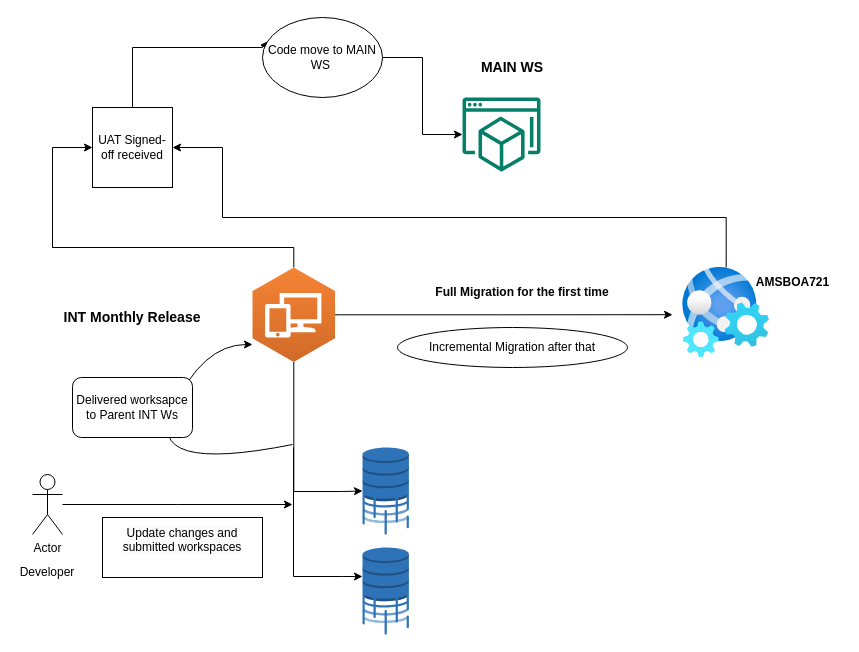
The draw.io diagram page "721 Deployment Process" (3 of 5) of S_ESCL_REQ.drawio in Sagarraj2401/SiebelWorkspace, before the edit. Source tidied: cells renumbered, new cells numbered last; positions are measured from the earlier drawing's top-left corner, leaving out a move shared by most shapes. Both pictures are drawn from the tidied source at 100%, with x=0, y=0 at pixel (17, 17).
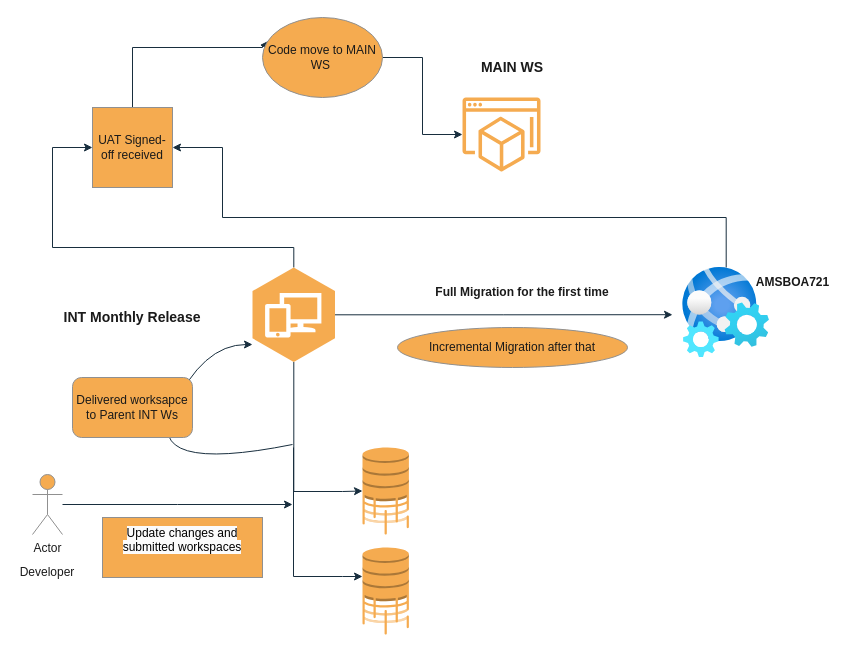
The same diagram, later.

The edit, as a diff of the source:
```diff
@@
-    <mxCell id="2" style="edgeStyle=orthogonalEdgeStyle;rounded=0;jettySize=auto;html=1;" parent="1" edge="1" source="5">
+    <mxCell id="2" style="edgeStyle=orthogonalEdgeStyle;rounded=0;jettySize=auto;html=1;labelBackgroundColor=none;strokeColor=#182E3E;fontColor=default;" parent="1" edge="1" source="5">
       <mxGeometry relative="1" as="geometry">
         <mxPoint x="655" y="297.2" as="targetPoint" />
       </mxGeometry>
     </mxCell>
-    <mxCell id="3" style="edgeStyle=orthogonalEdgeStyle;rounded=0;jettySize=auto;html=1;entryX=0;entryY=0.5;entryDx=0;entryDy=0;entryPerimeter=0;" parent="1" edge="1" source="5" target="12">
+    <mxCell id="3" style="edgeStyle=orthogonalEdgeStyle;rounded=0;jettySize=auto;html=1;entryX=0;entryY=0.5;entryDx=0;entryDy=0;entryPerimeter=0;labelBackgroundColor=none;strokeColor=#182E3E;fontColor=default;" parent="1" edge="1" source="5" target="12">
       <mxGeometry relative="1" as="geometry">
         <Array as="points">
           <mxPoint x="276" y="474" />
           <mxPoint x="325" y="474" />
         </Array>
       </mxGeometry>
     </mxCell>
-    <mxCell id="4" style="edgeStyle=orthogonalEdgeStyle;rounded=0;jettySize=auto;html=1;entryX=0;entryY=0.5;entryDx=0;entryDy=0;" parent="1" edge="1" source="5" target="24">
+    <mxCell id="4" style="edgeStyle=orthogonalEdgeStyle;rounded=0;jettySize=auto;html=1;entryX=0;entryY=0.5;entryDx=0;entryDy=0;labelBackgroundColor=none;strokeColor=#182E3E;fontColor=default;" parent="1" edge="1" source="5" target="24">
       <mxGeometry relative="1" as="geometry">
         <Array as="points">
           <mxPoint x="276" y="230" />
           <mxPoint x="35" y="230" />
           <mxPoint x="35" y="130" />
         </Array>
       </mxGeometry>
     </mxCell>
-    <mxCell id="5" style="outlineConnect=0;dashed=0;verticalLabelPosition=bottom;verticalAlign=top;align=center;html=1;shape=mxgraph.aws3.workspaces;fillColor=#D16A28;gradientColor=#F58435;gradientDirection=north;" parent="1" vertex="1">
+    <mxCell id="5" style="outlineConnect=0;dashed=0;verticalLabelPosition=bottom;verticalAlign=top;align=center;html=1;shape=mxgraph.aws3.workspaces;fillColor=#F5AB50;gradientDirection=north;labelBackgroundColor=none;strokeColor=#909090;fontColor=#1A1A1A;" parent="1" vertex="1">
       <mxGeometry x="235" y="250" width="82.5" height="94.5" as="geometry" />
     </mxCell>
-    <mxCell id="6" value="&lt;b&gt;&lt;font style=&quot;font-size: 14px;&quot;&gt;INT Monthly Release&lt;/font&gt;&lt;/b&gt;" style="text;html=1;strokeColor=none;fillColor=none;align=center;verticalAlign=middle;whiteSpace=wrap;rounded=0;" parent="1" vertex="1">
+    <mxCell id="6" value="&lt;b&gt;&lt;font style=&quot;font-size: 14px;&quot;&gt;INT Monthly Release&lt;/font&gt;&lt;/b&gt;" style="text;html=1;strokeColor=none;fillColor=none;align=center;verticalAlign=middle;whiteSpace=wrap;rounded=0;labelBackgroundColor=none;fontColor=#1A1A1A;" parent="1" vertex="1">
       <mxGeometry x="15" y="280" width="200" height="40" as="geometry" />
     </mxCell>
-    <mxCell id="7" style="sketch=0;outlineConnect=0;fontColor=#232F3E;gradientColor=none;fillColor=#067F68;strokeColor=none;dashed=0;verticalLabelPosition=bottom;verticalAlign=top;align=center;html=1;fontSize=12;fontStyle=0;shape=mxgraph.aws4.workspaces_workspaces_web;" parent="1" vertex="1">
+    <mxCell id="7" style="sketch=0;outlineConnect=0;fontColor=#1A1A1A;fillColor=#F5AB50;strokeColor=none;dashed=0;verticalLabelPosition=bottom;verticalAlign=top;align=center;html=1;fontSize=12;fontStyle=0;shape=mxgraph.aws4.workspaces_workspaces_web;labelBackgroundColor=none;" parent="1" vertex="1">
       <mxGeometry x="445" y="80" width="78" height="74" as="geometry" />
     </mxCell>
-    <mxCell id="8" value="&lt;b&gt;&lt;font style=&quot;font-size: 14px;&quot;&gt;MAIN WS&lt;/font&gt;&lt;/b&gt;" style="text;html=1;strokeColor=none;fillColor=none;align=center;verticalAlign=middle;whiteSpace=wrap;rounded=0;" parent="1" vertex="1">
+    <mxCell id="8" value="&lt;b&gt;&lt;font style=&quot;font-size: 14px;&quot;&gt;MAIN WS&lt;/font&gt;&lt;/b&gt;" style="text;html=1;strokeColor=none;fillColor=none;align=center;verticalAlign=middle;whiteSpace=wrap;rounded=0;labelBackgroundColor=none;fontColor=#1A1A1A;" parent="1" vertex="1">
       <mxGeometry x="395" y="30" width="200" height="40" as="geometry" />
     </mxCell>
-    <mxCell id="9" style="edgeStyle=orthogonalEdgeStyle;rounded=0;jettySize=auto;html=1;" parent="1" edge="1" source="10" target="24">
+    <mxCell id="9" style="edgeStyle=orthogonalEdgeStyle;rounded=0;jettySize=auto;html=1;labelBackgroundColor=none;strokeColor=#182E3E;fontColor=default;" parent="1" edge="1" source="10" target="24">
       <mxGeometry relative="1" as="geometry">
         <Array as="points">
           <mxPoint x="709" y="200" />
           <mxPoint x="205" y="200" />
         </Array>
       </mxGeometry>
     </mxCell>
-    <mxCell id="10" style="image;html=1;points=[];align=center;fontSize=12;image=img/lib/azure2/preview/Web_Environment.svg;" parent="1" vertex="1">
+    <mxCell id="10" style="image;html=1;points=[];align=center;fontSize=12;image=img/lib/azure2/preview/Web_Environment.svg;labelBackgroundColor=none;fillColor=#F5AB50;strokeColor=#909090;fontColor=#1A1A1A;" parent="1" vertex="1">
       <mxGeometry x="665" y="250" width="87.3" height="90" as="geometry" />
     </mxCell>
-    <mxCell id="11" value="&lt;b&gt;AMSBOA721&lt;/b&gt;" style="text;html=1;align=center;verticalAlign=middle;strokeColor=none;fillColor=none;" parent="1" vertex="1">
+    <mxCell id="11" value="&lt;b&gt;AMSBOA721&lt;/b&gt;" style="text;html=1;align=center;verticalAlign=middle;strokeColor=none;fillColor=none;labelBackgroundColor=none;fontColor=#1A1A1A;" parent="1" vertex="1">
       <mxGeometry x="725" y="250" width="100" height="30" as="geometry" />
     </mxCell>
-    <mxCell id="12" style="outlineConnect=0;dashed=0;verticalLabelPosition=bottom;verticalAlign=top;align=center;html=1;shape=mxgraph.aws3.database_migration_workflow_job;fillColor=#2E73B8;gradientColor=none;" parent="1" vertex="1">
+    <mxCell id="12" style="outlineConnect=0;dashed=0;verticalLabelPosition=bottom;verticalAlign=top;align=center;html=1;shape=mxgraph.aws3.database_migration_workflow_job;fillColor=#F5AB50;labelBackgroundColor=none;strokeColor=#909090;fontColor=#1A1A1A;" parent="1" vertex="1">
       <mxGeometry x="345" y="430" width="46.5" height="87" as="geometry" />
     </mxCell>
-    <mxCell id="13" style="dashed=0;verticalLabelPosition=bottom;verticalAlign=top;align=center;html=1;shape=mxgraph.aws3.database_migration_workflow_job;fillColor=#2E73B8;gradientColor=none;" parent="1" vertex="1">
+    <mxCell id="13" style="dashed=0;verticalLabelPosition=bottom;verticalAlign=top;align=center;html=1;shape=mxgraph.aws3.database_migration_workflow_job;fillColor=#F5AB50;labelBackgroundColor=none;strokeColor=#909090;fontColor=#1A1A1A;" parent="1" vertex="1">
       <mxGeometry x="345" y="530" width="46.5" height="87" as="geometry" />
     </mxCell>
-    <mxCell id="14" style="edgeStyle=orthogonalEdgeStyle;rounded=0;orthogonalLoop=1;jettySize=auto;html=1;entryX=0;entryY=0.5;entryDx=0;entryDy=0;entryPerimeter=0;" parent="1" edge="1">
+    <mxCell id="14" style="edgeStyle=orthogonalEdgeStyle;rounded=0;orthogonalLoop=1;jettySize=auto;html=1;entryX=0;entryY=0.5;entryDx=0;entryDy=0;entryPerimeter=0;labelBackgroundColor=none;strokeColor=#182E3E;fontColor=default;" parent="1" edge="1">
       <mxGeometry relative="1" as="geometry">
         <mxPoint x="276" y="430" as="sourcePoint" />
         <mxPoint x="345" y="559" as="targetPoint" />
         <Array as="points">
           <mxPoint x="276" y="559" />
           <mxPoint x="325" y="559" />
         </Array>
       </mxGeometry>
     </mxCell>
-    <mxCell id="15" style="edgeStyle=orthogonalEdgeStyle;rounded=0;jettySize=auto;html=1;" parent="1" edge="1" source="16">
+    <mxCell id="15" style="edgeStyle=orthogonalEdgeStyle;rounded=0;jettySize=auto;html=1;labelBackgroundColor=none;strokeColor=#182E3E;fontColor=default;" parent="1" edge="1" source="16">
       <mxGeometry relative="1" as="geometry">
         <mxPoint x="275" y="487" as="targetPoint" />
       </mxGeometry>
     </mxCell>
-    <mxCell id="16" value="Actor" style="shape=umlActor;verticalLabelPosition=bottom;verticalAlign=top;html=1;outlineConnect=0;" parent="1" vertex="1">
+    <mxCell id="16" value="Actor" style="shape=umlActor;verticalLabelPosition=bottom;verticalAlign=top;html=1;outlineConnect=0;labelBackgroundColor=none;fillColor=#F5AB50;strokeColor=#909090;fontColor=#1A1A1A;" parent="1" vertex="1">
       <mxGeometry x="15" y="457" width="30" height="60" as="geometry" />
     </mxCell>
-    <mxCell id="17" value="Developer&lt;br&gt;" style="text;html=1;strokeColor=none;fillColor=none;align=center;verticalAlign=middle;whiteSpace=wrap;rounded=0;" parent="1" vertex="1">
+    <mxCell id="17" value="Developer&lt;br&gt;" style="text;html=1;strokeColor=none;fillColor=none;align=center;verticalAlign=middle;whiteSpace=wrap;rounded=0;labelBackgroundColor=none;fontColor=#1A1A1A;" parent="1" vertex="1">
       <mxGeometry y="540" width="60" height="30" as="geometry" />
     </mxCell>
-    <mxCell id="18" value="&#10;&lt;span style=&quot;color: rgb(0, 0, 0); font-family: Helvetica; font-size: 12px; font-style: normal; font-variant-ligatures: normal; font-variant-caps: normal; font-weight: 400; letter-spacing: normal; orphans: 2; text-align: center; text-indent: 0px; text-transform: none; widows: 2; word-spacing: 0px; -webkit-text-stroke-width: 0px; background-color: rgb(251, 251, 251); text-decoration-thickness: initial; text-decoration-style: initial; text-decoration-color: initial; float: none; display: inline !important;&quot;&gt;Update changes and submitted workspaces&lt;/span&gt;&#10;&#10;" style="rounded=0;whiteSpace=wrap;html=1;" parent="1" vertex="1">
+    <mxCell id="18" value="&#10;&lt;span style=&quot;color: rgb(0, 0, 0); font-family: Helvetica; font-size: 12px; font-style: normal; font-variant-ligatures: normal; font-variant-caps: normal; font-weight: 400; letter-spacing: normal; orphans: 2; text-align: center; text-indent: 0px; text-transform: none; widows: 2; word-spacing: 0px; -webkit-text-stroke-width: 0px; background-color: rgb(251, 251, 251); text-decoration-thickness: initial; text-decoration-style: initial; text-decoration-color: initial; float: none; display: inline !important;&quot;&gt;Update changes and submitted workspaces&lt;/span&gt;&#10;&#10;" style="rounded=0;whiteSpace=wrap;html=1;labelBackgroundColor=none;fillColor=#F5AB50;strokeColor=#909090;fontColor=#1A1A1A;" parent="1" vertex="1">
       <mxGeometry x="85" y="500" width="160" height="60" as="geometry" />
     </mxCell>
-    <mxCell id="19" style="curved=1;endArrow=classic;html=1;rounded=0;" parent="1" edge="1">
+    <mxCell id="19" style="curved=1;endArrow=classic;html=1;rounded=0;labelBackgroundColor=none;strokeColor=#182E3E;fontColor=default;" parent="1" edge="1">
       <mxGeometry relative="1" as="geometry">
         <mxPoint x="275" y="427" as="sourcePoint" />
         <mxPoint x="235" y="327" as="targetPoint" />
         <Array as="points">
           <mxPoint x="125" y="457" />
           <mxPoint x="185" y="327" />
         </Array>
       </mxGeometry>
     </mxCell>
-    <mxCell id="20" value="Delivered worksapce to Parent INT Ws" style="rounded=1;whiteSpace=wrap;html=1;" parent="1" vertex="1">
+    <mxCell id="20" value="Delivered worksapce to Parent INT Ws" style="rounded=1;whiteSpace=wrap;html=1;labelBackgroundColor=none;fillColor=#F5AB50;strokeColor=#909090;fontColor=#1A1A1A;" parent="1" vertex="1">
       <mxGeometry x="55" y="360" width="120" height="60" as="geometry" />
     </mxCell>
-    <mxCell id="21" value="&lt;b&gt;Full Migration for the first time&lt;/b&gt;" style="text;html=1;strokeColor=none;fillColor=none;align=center;verticalAlign=middle;whiteSpace=wrap;rounded=0;" parent="1" vertex="1">
+    <mxCell id="21" value="&lt;b&gt;Full Migration for the first time&lt;/b&gt;" style="text;html=1;strokeColor=none;fillColor=none;align=center;verticalAlign=middle;whiteSpace=wrap;rounded=0;labelBackgroundColor=none;fontColor=#1A1A1A;" parent="1" vertex="1">
       <mxGeometry x="415" y="260" width="180" height="30" as="geometry" />
     </mxCell>
-    <mxCell id="22" value="Incremental Migration after that" style="ellipse;whiteSpace=wrap;html=1;" parent="1" vertex="1">
+    <mxCell id="22" value="Incremental Migration after that" style="ellipse;whiteSpace=wrap;html=1;labelBackgroundColor=none;fillColor=#F5AB50;strokeColor=#909090;fontColor=#1A1A1A;" parent="1" vertex="1">
       <mxGeometry x="380" y="310" width="230" height="40" as="geometry" />
     </mxCell>
-    <mxCell id="23" style="edgeStyle=orthogonalEdgeStyle;rounded=0;jettySize=auto;html=1;entryX=-0.022;entryY=0.345;entryDx=0;entryDy=0;entryPerimeter=0;" parent="1" edge="1" source="24" target="26">
+    <mxCell id="23" style="edgeStyle=orthogonalEdgeStyle;rounded=0;jettySize=auto;html=1;entryX=-0.022;entryY=0.345;entryDx=0;entryDy=0;entryPerimeter=0;labelBackgroundColor=none;strokeColor=#182E3E;fontColor=default;" parent="1" edge="1" source="24" target="26">
       <mxGeometry relative="1" as="geometry">
         <Array as="points">
           <mxPoint x="115" y="30" />
           <mxPoint x="245" y="30" />
           <mxPoint x="245" y="28" />
         </Array>
       </mxGeometry>
     </mxCell>
-    <mxCell id="24" value="UAT Signed-off received" style="whiteSpace=wrap;html=1;" parent="1" vertex="1">
+    <mxCell id="24" value="UAT Signed-off received" style="whiteSpace=wrap;html=1;labelBackgroundColor=none;fillColor=#F5AB50;strokeColor=#909090;fontColor=#1A1A1A;" parent="1" vertex="1">
       <mxGeometry x="75" y="90" width="80" height="80" as="geometry" />
     </mxCell>
-    <mxCell id="25" style="edgeStyle=orthogonalEdgeStyle;rounded=0;jettySize=auto;html=1;" parent="1" edge="1" source="26" target="7">
+    <mxCell id="25" style="edgeStyle=orthogonalEdgeStyle;rounded=0;jettySize=auto;html=1;labelBackgroundColor=none;strokeColor=#182E3E;fontColor=default;" parent="1" edge="1" source="26" target="7">
       <mxGeometry relative="1" as="geometry" />
     </mxCell>
-    <mxCell id="26" value="Code move to MAIN WS&amp;nbsp;" style="ellipse;whiteSpace=wrap;html=1;" parent="1" vertex="1">
+    <mxCell id="26" value="Code move to MAIN WS&amp;nbsp;" style="ellipse;whiteSpace=wrap;html=1;labelBackgroundColor=none;fillColor=#F5AB50;strokeColor=#909090;fontColor=#1A1A1A;" parent="1" vertex="1">
       <mxGeometry x="245" width="120" height="80" as="geometry" />
     </mxCell>
```
